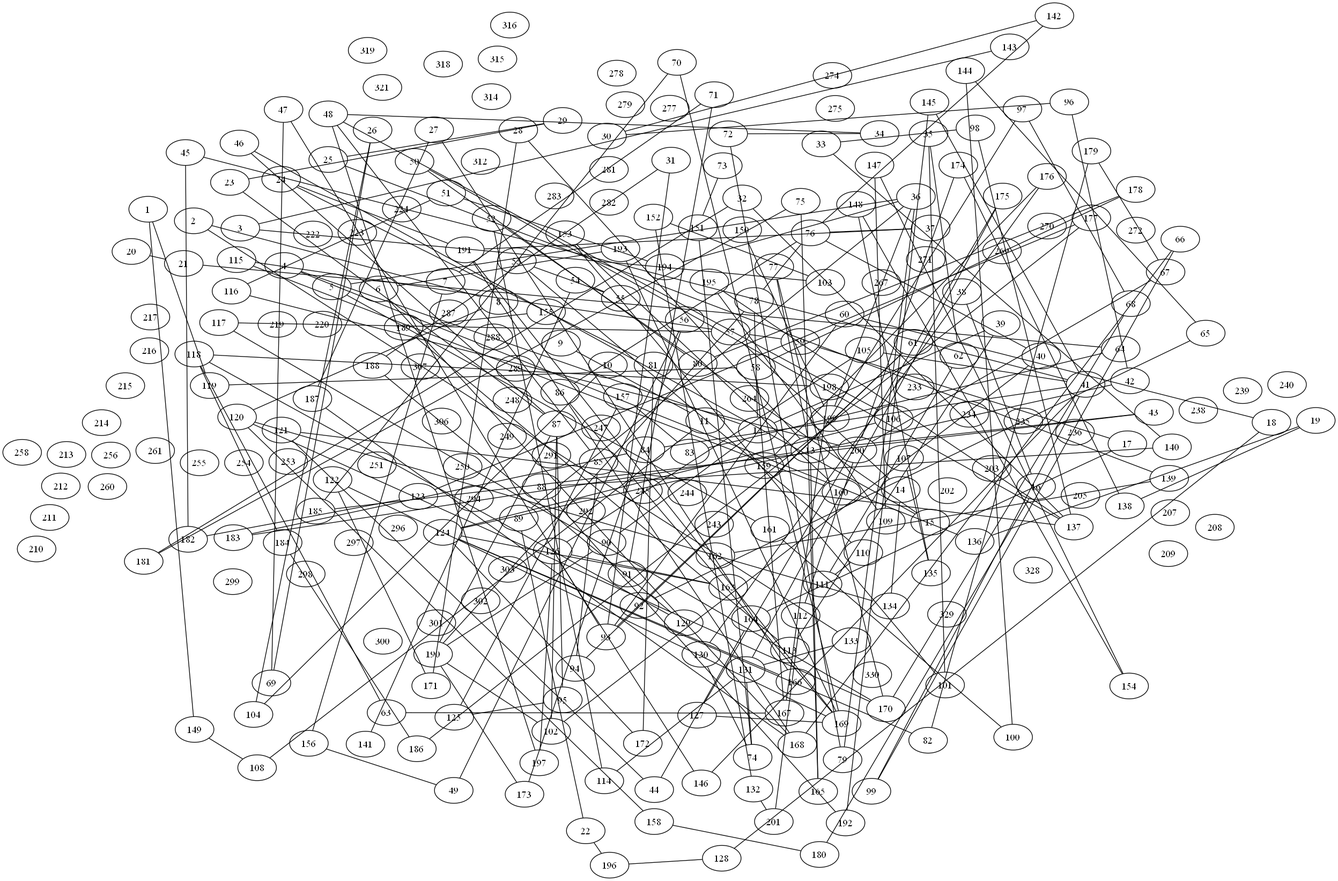
Above: graphe.png in noegng/ProbSciANA (Graphviz), before the change. Its source is kept beside it as graphe.dot.
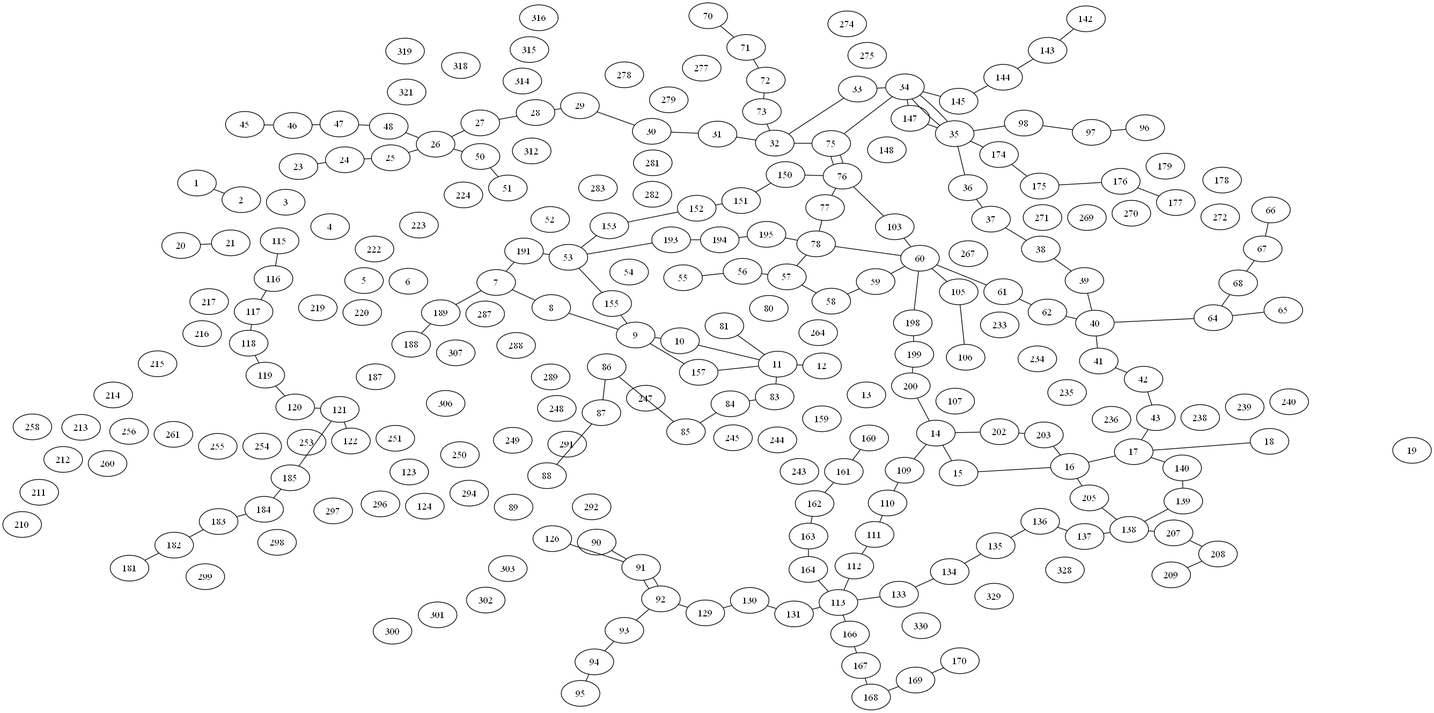
The same file after the commit.

The edit, as a diff of the source:
```diff
@@ -247,228 +247,168 @@
     "328" [pos="2.38661785021406,48.8333193028951!"];
     "329" [pos="2.3764873711683,48.8299257649806!"];
     "330" [pos="2.36692312153081,48.827123440481!"];
-    "1" -- "119";
-    "1" -- "149";
-    "2" -- "8";
-    "2" -- "133";
-    "3" -- "103";
-    "3" -- "143";
-    "4" -- "12";
-    "4" -- "136";
-    "5" -- "36";
-    "5" -- "161";
-    "6" -- "168";
-    "6" -- "193";
-    "7" -- "71";
-    "7" -- "156";
-    "8" -- "120";
-    "9" -- "11";
-    "10" -- "104";
-    "11" -- "108";
-    "12" -- "39";
-    "12" -- "78";
-    "12" -- "90";
-    "13" -- "28";
-    "13" -- "43";
-    "13" -- "77";
-    "13" -- "97";
-    "13" -- "165";
-    "13" -- "183";
-    "14" -- "57";
-    "14" -- "134";
-    "15" -- "46";
-    "15" -- "52";
-    "16" -- "38";
-    "16" -- "180";
-    "17" -- "59";
-    "17" -- "164";
-    "18" -- "60";
-    "18" -- "128";
-    "19" -- "136";
-    "19" -- "138";
+    "1" -- "2";
+    "7" -- "8";
+    "8" -- "9";
+    "9" -- "10";
+    "10" -- "11";
+    "11" -- "12";
+    "14" -- "15";
+    "15" -- "16";
+    "16" -- "17";
+    "17" -- "18";
     "20" -- "21";
-    "21" -- "64";
-    "22" -- "89";
-    "22" -- "196";
-    "23" -- "29";
-    "23" -- "87";
-    "24" -- "81";
-    "24" -- "191";
-    "25" -- "29";
-    "25" -- "139";
-    "26" -- "69";
-    "26" -- "104";
-    "27" -- "166";
-    "27" -- "187";
-    "28" -- "171";
-    "30" -- "96";
-    "30" -- "142";
-    "31" -- "93";
-    "31" -- "188";
-    "32" -- "137";
-    "32" -- "181";
-    "33" -- "98";
-    "33" -- "140";
-    "34" -- "48";
-    "34" -- "72";
-    "35" -- "62";
-    "35" -- "101";
-    "36" -- "79";
-    "36" -- "89";
-    "36" -- "194";
-    "36" -- "199";
-    "37" -- "76";
-    "37" -- "191";
-    "39" -- "113";
-    "40" -- "76";
-    "40" -- "102";
-    "41" -- "45";
-    "41" -- "84";
-    "41" -- "99";
-    "41" -- "105";
-    "41" -- "145";
-    "41" -- "146";
-    "42" -- "96";
-    "42" -- "124";
-    "43" -- "185";
-    "44" -- "121";
-    "44" -- "164";
-    "45" -- "182";
-    "46" -- "87";
-    "47" -- "69";
-    "47" -- "93";
-    "48" -- "85";
-    "48" -- "106";
-    "48" -- "197";
-    "49" -- "56";
-    "49" -- "156";
-    "50" -- "80";
-    "50" -- "137";
-    "51" -- "116";
-    "51" -- "194";
-    "52" -- "114";
-    "53" -- "55";
-    "53" -- "110";
-    "54" -- "55";
-    "54" -- "141";
-    "56" -- "173";
-    "57" -- "59";
-    "57" -- "115";
-    "57" -- "117";
-    "58" -- "119";
-    "58" -- "167";
-    "58" -- "178";
-    "60" -- "93";
-    "61" -- "93";
-    "61" -- "94";
-    "62" -- "111";
-    "63" -- "118";
-    "63" -- "167";
-    "64" -- "83";
-    "65" -- "92";
-    "65" -- "144";
-    "66" -- "99";
-    "66" -- "168";
-    "67" -- "179";
-    "67" -- "200";
-    "68" -- "97";
-    "68" -- "170";
-    "70" -- "169";
-    "70" -- "185";
-    "71" -- "91";
-    "72" -- "79";
-    "73" -- "151";
-    "74" -- "130";
-    "74" -- "131";
-    "74" -- "151";
-    "75" -- "165";
-    "75" -- "181";
-    "76" -- "78";
-    "76" -- "86";
-    "76" -- "142";
-    "77" -- "170";
-    "78" -- "190";
-    "80" -- "178";
-    "81" -- "172";
-    "82" -- "124";
-    "82" -- "179";
-    "83" -- "157";
-    "84" -- "183";
-    "85" -- "94";
-    "86" -- "169";
-    "87" -- "95";
-    "87" -- "102";
-    "87" -- "190";
-    "88" -- "140";
-    "88" -- "192";
-    "90" -- "190";
-    "95" -- "125";
-    "98" -- "137";
-    "100" -- "144";
-    "100" -- "161";
-    "101" -- "153";
-    "102" -- "190";
-    "103" -- "152";
-    "105" -- "126";
-    "106" -- "124";
-    "107" -- "135";
-    "108" -- "149";
-    "109" -- "147";
-    "109" -- "195";
+    "23" -- "24";
+    "24" -- "25";
+    "25" -- "26";
+    "26" -- "27";
+    "27" -- "28";
+    "28" -- "29";
+    "29" -- "30";
+    "30" -- "31";
+    "31" -- "32";
+    "32" -- "33";
+    "33" -- "34";
+    "34" -- "35";
+    "35" -- "36";
+    "36" -- "37";
+    "37" -- "38";
+    "38" -- "39";
+    "39" -- "40";
+    "40" -- "41";
+    "41" -- "42";
+    "42" -- "43";
+    "43" -- "17";
+    "45" -- "46";
+    "46" -- "47";
+    "47" -- "48";
+    "48" -- "26";
+    "26" -- "50";
+    "50" -- "51";
+    "55" -- "56";
+    "56" -- "57";
+    "57" -- "58";
+    "58" -- "59";
+    "59" -- "60";
+    "60" -- "61";
+    "61" -- "62";
+    "62" -- "40";
+    "40" -- "64";
+    "64" -- "65";
+    "70" -- "71";
+    "71" -- "72";
+    "72" -- "73";
+    "73" -- "32";
+    "32" -- "75";
+    "75" -- "76";
+    "76" -- "77";
+    "77" -- "78";
+    "78" -- "57";
+    "81" -- "11";
+    "11" -- "83";
+    "83" -- "84";
+    "84" -- "85";
+    "85" -- "86";
+    "86" -- "87";
+    "87" -- "88";
+    "90" -- "91";
+    "91" -- "92";
+    "92" -- "93";
+    "93" -- "94";
+    "94" -- "95";
+    "96" -- "97";
+    "97" -- "98";
+    "98" -- "35";
+    "35" -- "34";
+    "34" -- "75";
+    "75" -- "76";
+    "76" -- "103";
+    "103" -- "60";
+    "60" -- "105";
+    "105" -- "106";
+    "14" -- "109";
+    "109" -- "110";
     "110" -- "111";
-    "112" -- "200";
-    "112" -- "201";
-    "113" -- "189";
-    "114" -- "131";
-    "115" -- "160";
-    "116" -- "200";
-    "117" -- "170";
-    "118" -- "129";
-    "118" -- "184";
-    "118" -- "198";
-    "120" -- "134";
-    "120" -- "158";
-    "120" -- "170";
-    "121" -- "137";
-    "122" -- "169";
-    "122" -- "171";
-    "123" -- "177";
-    "123" -- "182";
-    "124" -- "163";
-    "124" -- "166";
-    "124" -- "172";
-    "125" -- "157";
-    "126" -- "146";
-    "126" -- "163";
-    "126" -- "197";
-    "127" -- "169";
-    "127" -- "175";
-    "128" -- "196";
-    "129" -- "188";
-    "130" -- "176";
-    "131" -- "133";
-    "131" -- "175";
-    "132" -- "152";
-    "132" -- "201";
-    "135" -- "148";
-    "137" -- "195";
-    "138" -- "174";
-    "139" -- "162";
-    "145" -- "192";
-    "147" -- "154";
-    "148" -- "154";
-    "150" -- "199";
-    "153" -- "160";
-    "155" -- "189";
-    "158" -- "180";
-    "159" -- "176";
-    "167" -- "198";
-    "168" -- "187";
-    "168" -- "191";
-    "169" -- "191";
-    "169" -- "193";
-    "173" -- "190";
-    "174" -- "200";
-    "177" -- "186";
-    "184" -- "186";
+    "111" -- "112";
+    "112" -- "113";
+    "64" -- "68";
+    "68" -- "67";
+    "67" -- "66";
+    "115" -- "116";
+    "116" -- "117";
+    "117" -- "118";
+    "118" -- "119";
+    "119" -- "120";
+    "120" -- "121";
+    "121" -- "122";
+    "126" -- "91";
+    "91" -- "92";
+    "92" -- "129";
+    "129" -- "130";
+    "130" -- "131";
+    "131" -- "113";
+    "113" -- "133";
+    "133" -- "134";
+    "134" -- "135";
+    "135" -- "136";
+    "136" -- "137";
+    "137" -- "138";
+    "138" -- "139";
+    "139" -- "140";
+    "140" -- "17";
+    "142" -- "143";
+    "143" -- "144";
+    "144" -- "145";
+    "145" -- "34";
+    "34" -- "147";
+    "76" -- "150";
+    "150" -- "151";
+    "151" -- "152";
+    "152" -- "153";
+    "153" -- "53";
+    "53" -- "155";
+    "155" -- "9";
+    "9" -- "157";
+    "157" -- "11";
+    "160" -- "161";
+    "161" -- "162";
+    "162" -- "163";
+    "163" -- "164";
+    "164" -- "113";
+    "113" -- "166";
+    "166" -- "167";
+    "167" -- "168";
+    "168" -- "169";
+    "169" -- "170";
+    "147" -- "35";
+    "35" -- "174";
+    "174" -- "175";
+    "175" -- "176";
+    "176" -- "177";
+    "181" -- "182";
+    "182" -- "183";
+    "183" -- "184";
+    "184" -- "185";
+    "185" -- "121";
+    "188" -- "189";
+    "189" -- "7";
+    "7" -- "191";
+    "191" -- "53";
+    "53" -- "193";
+    "193" -- "194";
+    "194" -- "195";
+    "195" -- "78";
+    "78" -- "60";
+    "60" -- "198";
+    "198" -- "199";
+    "199" -- "200";
+    "200" -- "14";
+    "14" -- "202";
+    "202" -- "203";
+    "203" -- "16";
+    "16" -- "205";
+    "205" -- "138";
+    "138" -- "207";
+    "207" -- "208";
+    "208" -- "209";
 }
```
